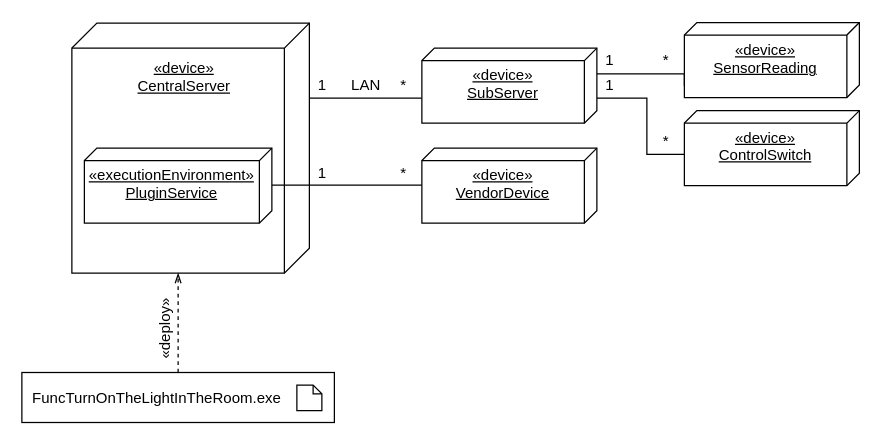
This is LAB3/Deployment_diagram.drawio from tireks/OOAP, a draw.io file, before an edit. Source tidied: cells renumbered, new cells numbered last; positions are measured from the earlier drawing's top-left corner, leaving out a move shared by most shapes. Both pictures are drawn from the tidied source at 125%, with x=0, y=0 at pixel (21, 21).
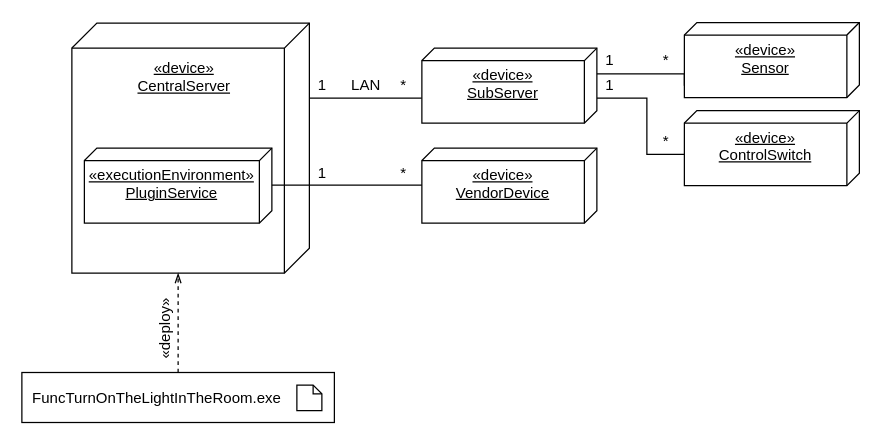
The same diagram, later.

The edit, as a diff of the source:
```diff
@@
-    <mxCell id="13" value="«device»&lt;br&gt;&lt;div style=&quot;&quot;&gt;SensorReading&lt;br&gt;&lt;/div&gt;" style="verticalAlign=top;align=center;spacingTop=8;spacingLeft=2;spacingRight=12;shape=cube;size=10;direction=south;fontStyle=4;html=1;whiteSpace=wrap;" parent="1" vertex="1">
+    <mxCell id="13" value="«device»&lt;br&gt;&lt;div style=&quot;&quot;&gt;Sensor&lt;br&gt;&lt;/div&gt;" style="verticalAlign=top;align=center;spacingTop=8;spacingLeft=2;spacingRight=12;shape=cube;size=10;direction=south;fontStyle=4;html=1;whiteSpace=wrap;" parent="1" vertex="1">
       <mxGeometry x="530" y="0.5" width="140" height="60" as="geometry" />
     </mxCell>
```
